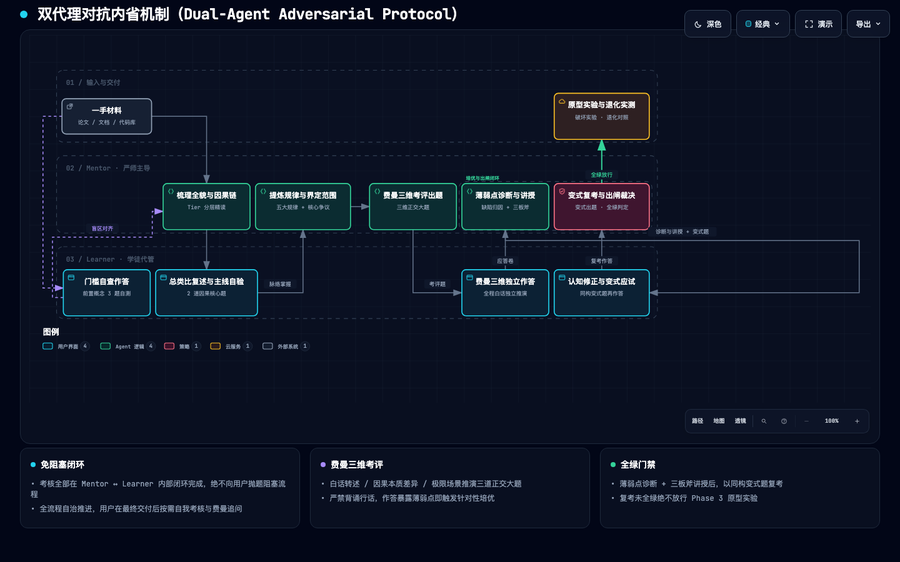
ThreeFish-AI/guided-learn keeps this Mermaid diagram as assets/architecture/dual-agent-adversarial-protocol.visual-check.1440x900.dark.png. Above is the earlier version. Its source is kept beside it as assets/mermaid/dual-agent-adversarial-protocol.mmd.
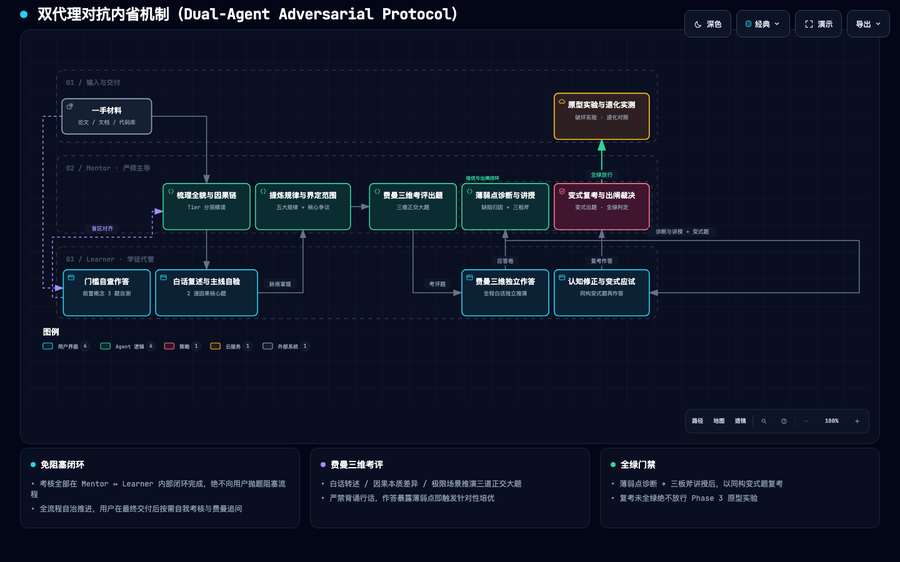
After the commit.

The edit, as a diff of the source:
```diff
@@ -10,7 +10,7 @@
 
     subgraph Learner["Learner Subagent (求知学徒代管)"]
         L0["Phase 0 门槛自查作答"]
-        L1["Phase 1 总类比复述与主线自验"]
+        L1["Phase 1 白话复述与主线自验"]
         L2["Phase 2c 费曼三维独立作答<br/>(白话/因果/极限推演)"]
         L3["认知修正 & 变式复考应试"]
     end
```
